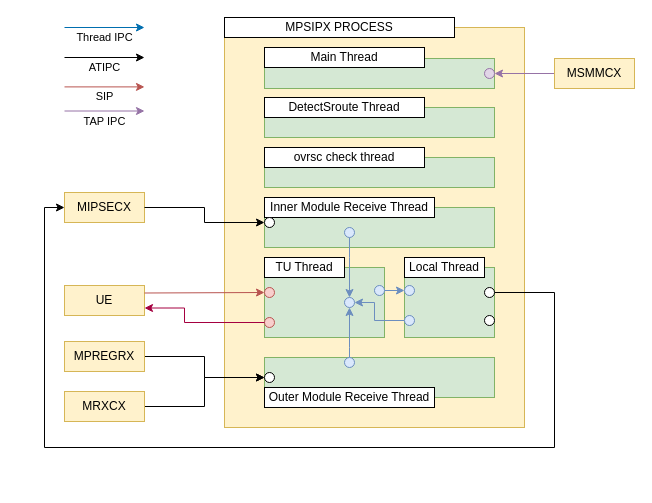
Above: page "MPSIPX" (1 of 5) of MPSIPX.drawio in JaeHyeon774/NEWTIL (draw.io), before the change. Source tidied: cells renumbered, new cells numbered last; positions are measured from the earlier drawing's top-left corner, leaving out a move shared by most shapes. Both pictures are drawn from the tidied source at 100%, with x=0, y=0 at pixel (44, 17).
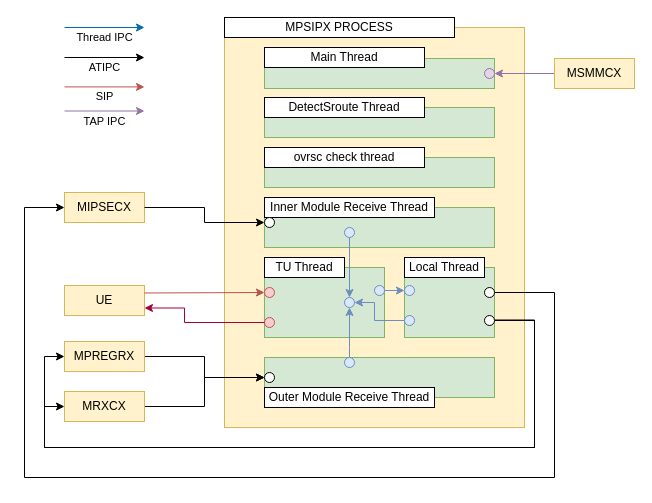
After the change.

Unchanged cells that the change refers to:
```xml
<mxCell id="3" style="rounded=0;whiteSpace=wrap;html=1;fillColor=#d5e8d4;strokeColor=#82b366;" parent="1" vertex="1">
  <mxGeometry x="360" y="250" width="90" height="70" as="geometry" />
</mxCell>
<mxCell id="12" value="MIPSECX" style="rounded=0;whiteSpace=wrap;html=1;fillColor=#fff2cc;strokeColor=#d6b656;" parent="1" vertex="1">
  <mxGeometry x="20" y="175" width="80" height="30" as="geometry" />
</mxCell>
<mxCell id="14" value="MPREGRX" style="rounded=0;whiteSpace=wrap;html=1;fillColor=#fff2cc;strokeColor=#d6b656;" parent="1" vertex="1">
  <mxGeometry x="20" y="324" width="80" height="30" as="geometry" />
</mxCell>
<mxCell id="16" value="MRXCX" style="rounded=0;whiteSpace=wrap;html=1;fillColor=#fff2cc;strokeColor=#d6b656;" parent="1" vertex="1">
  <mxGeometry x="20" y="374" width="80" height="30" as="geometry" />
</mxCell>
<mxCell id="40" style="ellipse;whiteSpace=wrap;html=1;" parent="1" vertex="1">
  <mxGeometry x="440" y="270" width="10" height="10" as="geometry" />
</mxCell>
<mxCell id="50" style="ellipse;whiteSpace=wrap;html=1;" parent="1" vertex="1">
  <mxGeometry x="440" y="298" width="10" height="10" as="geometry" />
</mxCell>
```

Change to the diagram source:
```diff
@@
+    <mxCell id="51" style="edgeStyle=orthogonalEdgeStyle;rounded=0;jettySize=auto;html=1;exitX=1;exitY=0.75;exitDx=0;exitDy=0;entryX=0;entryY=0.5;entryDx=0;entryDy=0;" parent="1" edge="1" source="3" target="16">
+      <mxGeometry relative="1" as="geometry">
+        <Array as="points">
+          <mxPoint x="490" y="303" />
+          <mxPoint x="490" y="430" />
+          <mxPoint y="430" />
+          <mxPoint y="389" />
+        </Array>
+      </mxGeometry>
+    </mxCell>
@@
     <mxCell id="39" style="edgeStyle=orthogonalEdgeStyle;rounded=0;jettySize=auto;html=1;exitX=1;exitY=0.5;exitDx=0;exitDy=0;entryX=0;entryY=0.5;entryDx=0;entryDy=0;" parent="1" edge="1" source="40" target="12">
       <mxGeometry relative="1" as="geometry">
         <Array as="points">
           <mxPoint x="510" y="275" />
-          <mxPoint x="510" y="430" />
-          <mxPoint y="430" />
-          <mxPoint y="190" />
+          <mxPoint x="510" y="460" />
+          <mxPoint x="-20" y="460" />
+          <mxPoint x="-20" y="190" />
         </Array>
       </mxGeometry>
     </mxCell>
@@
+    <mxCell id="52" style="edgeStyle=orthogonalEdgeStyle;rounded=0;jettySize=auto;html=1;exitX=1;exitY=0.5;exitDx=0;exitDy=0;entryX=0;entryY=0.5;entryDx=0;entryDy=0;" parent="1" edge="1" source="50" target="14">
+      <mxGeometry relative="1" as="geometry">
+        <Array as="points">
+          <mxPoint x="490" y="303" />
+          <mxPoint x="490" y="430" />
+          <mxPoint y="430" />
+          <mxPoint y="339" />
+        </Array>
+      </mxGeometry>
+    </mxCell>
```
